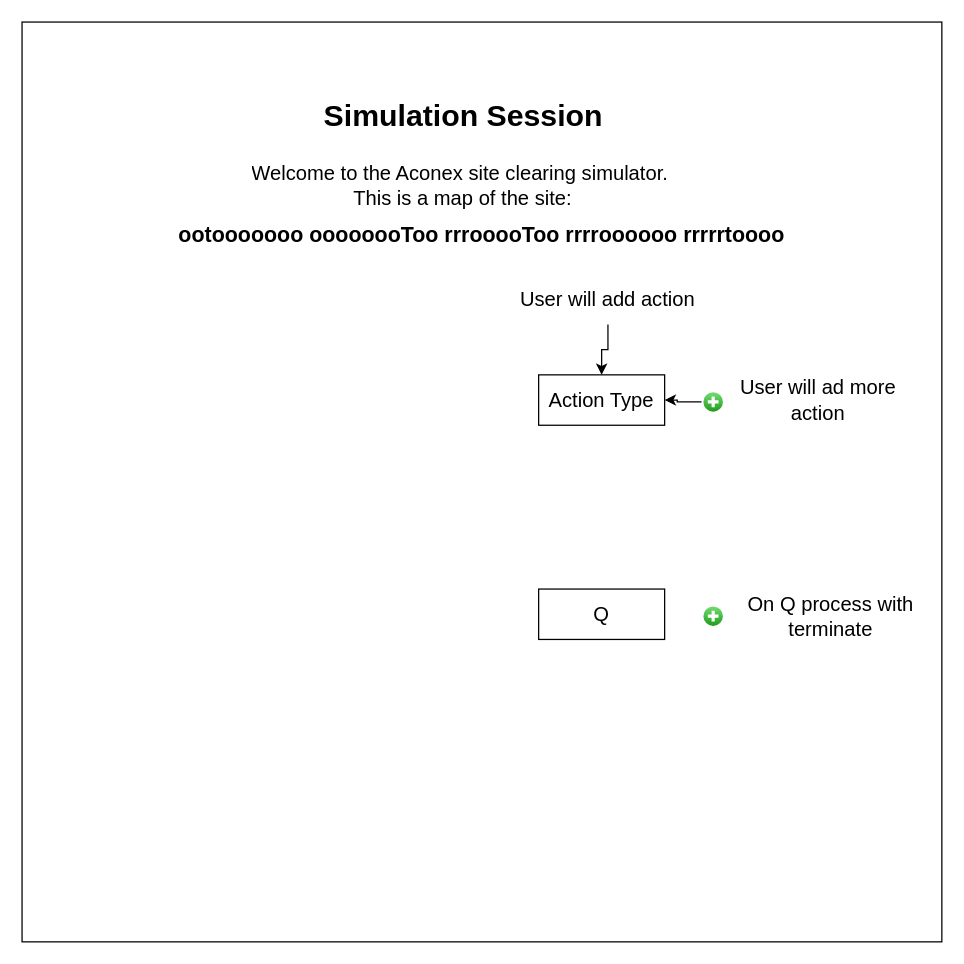
The draw.io diagram page "Main Page-after siteJSON upload" (2 of 2) of Task-1.drawio in amitjs2021/site-simulation, before the edit. Source tidied: cells renumbered, new cells numbered last; positions are measured from the earlier drawing's top-left corner, leaving out a move shared by most shapes. Both pictures are drawn from the tidied source at 126%, with x=0, y=0 at pixel (21, 21).
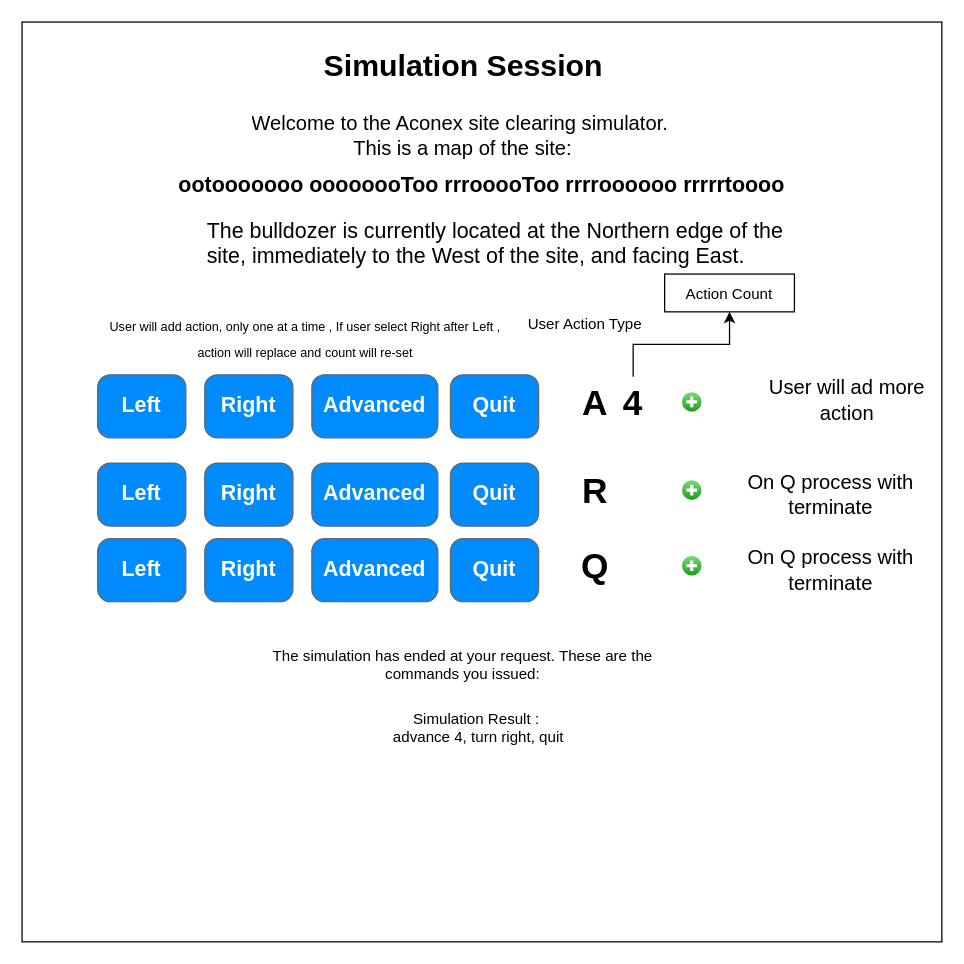
Above is the later version.

The edit, as a diff of the source:
```diff
@@
     <mxCell id="3" value="Simulation Session" style="text;strokeColor=none;fillColor=none;html=1;fontSize=24;fontStyle=1;verticalAlign=middle;align=center;" parent="1" vertex="1">
-      <mxGeometry x="190" y="60" width="320" height="30" as="geometry" />
+      <mxGeometry x="190" y="20" width="320" height="30" as="geometry" />
     </mxCell>
     <mxCell id="4" value="&lt;div style=&quot;font-size: 16px&quot;&gt;Welcome to the Aconex site clearing simulator.&amp;nbsp;&lt;/div&gt;&lt;div style=&quot;font-size: 16px&quot;&gt;This is a map&amp;nbsp;&lt;span&gt;of the site:&lt;/span&gt;&lt;/div&gt;" style="text;html=1;strokeColor=none;fillColor=none;align=center;verticalAlign=middle;whiteSpace=wrap;overflow=hidden;fontSize=16;" parent="1" vertex="1">
-      <mxGeometry x="50" y="100" width="600" height="60" as="geometry" />
+      <mxGeometry x="50" y="60" width="600" height="60" as="geometry" />
     </mxCell>
-    <mxCell id="5" value="Action Type" style="whiteSpace=wrap;html=1;align=center;fontSize=16;" parent="1" vertex="1">
-      <mxGeometry x="410" y="280" width="100" height="40" as="geometry" />
-    </mxCell>
-    <mxCell id="6" style="edgeStyle=orthogonalEdgeStyle;rounded=0;jettySize=auto;html=1;entryX=1;entryY=0.5;entryDx=0;entryDy=0;fontSize=16;" parent="1" edge="1" source="7" target="5">
-      <mxGeometry relative="1" as="geometry" />
-    </mxCell>
     <mxCell id="7" style="verticalLabelPosition=bottom;verticalAlign=top;html=1;shadow=0;dashed=0;strokeWidth=1;shape=mxgraph.ios.iAddIcon;fillColor=#7AdF78;fillColor2=#1A9917;strokeColor=#ffffff;fontSize=16;" parent="1" vertex="1">
-      <mxGeometry x="540" y="293" width="17" height="17" as="geometry" />
+      <mxGeometry x="523" y="293" width="17" height="17" as="geometry" />
     </mxCell>
-    <mxCell id="8" style="edgeStyle=orthogonalEdgeStyle;rounded=0;jettySize=auto;html=1;entryX=0.5;entryY=0;entryDx=0;entryDy=0;fontSize=16;" parent="1" edge="1" source="9" target="5">
-      <mxGeometry relative="1" as="geometry" />
-    </mxCell>
-    <mxCell id="9" value="User will add action" style="text;html=1;strokeColor=none;fillColor=none;align=center;verticalAlign=middle;whiteSpace=wrap;rounded=0;fontSize=16;" parent="1" vertex="1">
-      <mxGeometry x="390" y="200" width="150" height="40" as="geometry" />
+    <mxCell id="9" value="&lt;font style=&quot;font-size: 10px&quot;&gt;User will add action, only one at a time , If user select Right after Left , action will replace and count will re-set&lt;/font&gt;" style="text;html=1;strokeColor=none;fillColor=none;align=center;verticalAlign=middle;whiteSpace=wrap;rounded=0;fontSize=16;" parent="1" vertex="1">
+      <mxGeometry x="60" y="230" width="330" height="40" as="geometry" />
     </mxCell>
     <mxCell id="10" value="User will ad more action" style="text;html=1;strokeColor=none;fillColor=none;align=center;verticalAlign=middle;whiteSpace=wrap;rounded=0;fontSize=16;" parent="1" vertex="1">
-      <mxGeometry x="557" y="280" width="150" height="40" as="geometry" />
+      <mxGeometry x="580" y="280" width="150" height="40" as="geometry" />
     </mxCell>
-    <mxCell id="11" value="Q" style="whiteSpace=wrap;html=1;align=center;fontSize=16;" parent="1" vertex="1">
-      <mxGeometry x="410" y="450" width="100" height="40" as="geometry" />
-    </mxCell>
-    <mxCell id="12" style="verticalLabelPosition=bottom;verticalAlign=top;html=1;shadow=0;dashed=0;strokeWidth=1;shape=mxgraph.ios.iAddIcon;fillColor=#7AdF78;fillColor2=#1A9917;strokeColor=#ffffff;fontSize=16;" parent="1" vertex="1">
-      <mxGeometry x="540" y="463" width="17" height="17" as="geometry" />
-    </mxCell>
     <mxCell id="13" value="On Q process with terminate" style="text;html=1;strokeColor=none;fillColor=none;align=center;verticalAlign=middle;whiteSpace=wrap;rounded=0;fontSize=16;" parent="1" vertex="1">
-      <mxGeometry x="567" y="451.5" width="150" height="40" as="geometry" />
+      <mxGeometry x="567" y="355" width="150" height="40" as="geometry" />
     </mxCell>
     <mxCell id="14" value="ootooooooo oooooooToo rrrooooToo rrrroooooo rrrrrtoooo" style="text;html=1;strokeColor=none;fillColor=none;align=center;verticalAlign=middle;whiteSpace=wrap;rounded=0;fontSize=17;fontStyle=1;" parent="1" vertex="1">
-      <mxGeometry y="160" width="730" height="20" as="geometry" />
+      <mxGeometry y="120" width="730" height="20" as="geometry" />
     </mxCell>
+    <mxCell id="15" value="The bulldozer is currently located at the Northern edge of the&#10;site, immediately to the West of the site, and facing East." style="text;whiteSpace=wrap;html=1;fontSize=17;" parent="1" vertex="1">
+      <mxGeometry x="145" y="150" width="480" height="60" as="geometry" />
+    </mxCell>
+    <mxCell id="16" value="Left" style="strokeWidth=1;shadow=0;dashed=0;align=center;html=1;shape=mxgraph.mockup.buttons.button;strokeColor=#666666;fontColor=#ffffff;mainText=;buttonStyle=round;fontSize=17;fontStyle=1;fillColor=#008cff;whiteSpace=wrap;" parent="1" vertex="1">
+      <mxGeometry x="60" y="280" width="70" height="50" as="geometry" />
+    </mxCell>
+    <mxCell id="17" value="Right" style="strokeWidth=1;shadow=0;dashed=0;align=center;html=1;shape=mxgraph.mockup.buttons.button;strokeColor=#666666;fontColor=#ffffff;mainText=;buttonStyle=round;fontSize=17;fontStyle=1;fillColor=#008cff;whiteSpace=wrap;" parent="1" vertex="1">
+      <mxGeometry x="145" y="280" width="70" height="50" as="geometry" />
+    </mxCell>
+    <mxCell id="18" value="Advanced" style="strokeWidth=1;shadow=0;dashed=0;align=center;html=1;shape=mxgraph.mockup.buttons.button;strokeColor=#666666;fontColor=#ffffff;mainText=;buttonStyle=round;fontSize=17;fontStyle=1;fillColor=#008cff;whiteSpace=wrap;" parent="1" vertex="1">
+      <mxGeometry x="230" y="280" width="100" height="50" as="geometry" />
+    </mxCell>
+    <mxCell id="19" value="Quit" style="strokeWidth=1;shadow=0;dashed=0;align=center;html=1;shape=mxgraph.mockup.buttons.button;strokeColor=#666666;fontColor=#ffffff;mainText=;buttonStyle=round;fontSize=17;fontStyle=1;fillColor=#008cff;whiteSpace=wrap;" parent="1" vertex="1">
+      <mxGeometry x="340" y="280" width="70" height="50" as="geometry" />
+    </mxCell>
+    <mxCell id="20" value="&lt;b&gt;&lt;font style=&quot;font-size: 28px&quot;&gt;A&lt;/font&gt;&lt;/b&gt;" style="text;html=1;strokeColor=none;fillColor=none;align=center;verticalAlign=middle;whiteSpace=wrap;rounded=0;fontSize=16;" parent="1" vertex="1">
+      <mxGeometry x="430" y="281.5" width="50" height="40" as="geometry" />
+    </mxCell>
+    <mxCell id="21" style="edgeStyle=orthogonalEdgeStyle;rounded=0;jettySize=auto;html=1;fontSize=17;" parent="1" edge="1" source="22" target="23">
+      <mxGeometry relative="1" as="geometry" />
+    </mxCell>
+    <mxCell id="22" value="&lt;b&gt;&lt;font style=&quot;font-size: 28px&quot;&gt;4&lt;/font&gt;&lt;/b&gt;" style="text;html=1;strokeColor=none;fillColor=none;align=center;verticalAlign=middle;whiteSpace=wrap;rounded=0;fontSize=16;" parent="1" vertex="1">
+      <mxGeometry x="460" y="281.5" width="50" height="40" as="geometry" />
+    </mxCell>
+    <mxCell id="23" value="&lt;font style=&quot;font-size: 12px&quot;&gt;Action Count&lt;/font&gt;" style="whiteSpace=wrap;html=1;fontSize=17;" parent="1" vertex="1">
+      <mxGeometry x="510" y="200" width="103" height="30" as="geometry" />
+    </mxCell>
+    <mxCell id="24" value="User Action Type" style="text;html=1;strokeColor=none;fillColor=none;align=center;verticalAlign=middle;whiteSpace=wrap;rounded=0;fontSize=12;" parent="1" vertex="1">
+      <mxGeometry x="397" y="220" width="100" height="40" as="geometry" />
+    </mxCell>
+    <mxCell id="25" style="verticalLabelPosition=bottom;verticalAlign=top;html=1;shadow=0;dashed=0;strokeWidth=1;shape=mxgraph.ios.iAddIcon;fillColor=#7AdF78;fillColor2=#1A9917;strokeColor=#ffffff;fontSize=16;" parent="1" vertex="1">
+      <mxGeometry x="523" y="363" width="17" height="17" as="geometry" />
+    </mxCell>
+    <mxCell id="26" value="Left" style="strokeWidth=1;shadow=0;dashed=0;align=center;html=1;shape=mxgraph.mockup.buttons.button;strokeColor=#666666;fontColor=#ffffff;mainText=;buttonStyle=round;fontSize=17;fontStyle=1;fillColor=#008cff;whiteSpace=wrap;" parent="1" vertex="1">
+      <mxGeometry x="60" y="350" width="70" height="50" as="geometry" />
+    </mxCell>
+    <mxCell id="27" value="Right" style="strokeWidth=1;shadow=0;dashed=0;align=center;html=1;shape=mxgraph.mockup.buttons.button;strokeColor=#666666;fontColor=#ffffff;mainText=;buttonStyle=round;fontSize=17;fontStyle=1;fillColor=#008cff;whiteSpace=wrap;" parent="1" vertex="1">
+      <mxGeometry x="145" y="350" width="70" height="50" as="geometry" />
+    </mxCell>
+    <mxCell id="28" value="Advanced" style="strokeWidth=1;shadow=0;dashed=0;align=center;html=1;shape=mxgraph.mockup.buttons.button;strokeColor=#666666;fontColor=#ffffff;mainText=;buttonStyle=round;fontSize=17;fontStyle=1;fillColor=#008cff;whiteSpace=wrap;" parent="1" vertex="1">
+      <mxGeometry x="230" y="350" width="100" height="50" as="geometry" />
+    </mxCell>
+    <mxCell id="29" value="Quit" style="strokeWidth=1;shadow=0;dashed=0;align=center;html=1;shape=mxgraph.mockup.buttons.button;strokeColor=#666666;fontColor=#ffffff;mainText=;buttonStyle=round;fontSize=17;fontStyle=1;fillColor=#008cff;whiteSpace=wrap;" parent="1" vertex="1">
+      <mxGeometry x="340" y="350" width="70" height="50" as="geometry" />
+    </mxCell>
+    <mxCell id="30" value="&lt;b&gt;&lt;font style=&quot;font-size: 28px&quot;&gt;R&lt;/font&gt;&lt;/b&gt;" style="text;html=1;strokeColor=none;fillColor=none;align=center;verticalAlign=middle;whiteSpace=wrap;rounded=0;fontSize=16;" parent="1" vertex="1">
+      <mxGeometry x="430" y="351.5" width="50" height="40" as="geometry" />
+    </mxCell>
+    <mxCell id="31" value="The simulation has ended at your request. These are the&#10;commands you issued:" style="text;whiteSpace=wrap;html=1;fontSize=12;align=center;" parent="1" vertex="1">
+      <mxGeometry x="70" y="490" width="560" height="40" as="geometry" />
+    </mxCell>
+    <mxCell id="32" value="Simulation Result :&amp;nbsp;&lt;br&gt;&lt;div&gt;advance 4, turn right,&amp;nbsp;&lt;span&gt;quit&lt;/span&gt;&lt;/div&gt;" style="text;whiteSpace=wrap;html=1;fontSize=12;align=center;" parent="1" vertex="1">
+      <mxGeometry x="75" y="540" width="575" height="70" as="geometry" />
+    </mxCell>
+    <mxCell id="33" value="On Q process with terminate" style="text;html=1;strokeColor=none;fillColor=none;align=center;verticalAlign=middle;whiteSpace=wrap;rounded=0;fontSize=16;" parent="1" vertex="1">
+      <mxGeometry x="567" y="415" width="150" height="40" as="geometry" />
+    </mxCell>
+    <mxCell id="34" style="verticalLabelPosition=bottom;verticalAlign=top;html=1;shadow=0;dashed=0;strokeWidth=1;shape=mxgraph.ios.iAddIcon;fillColor=#7AdF78;fillColor2=#1A9917;strokeColor=#ffffff;fontSize=16;" parent="1" vertex="1">
+      <mxGeometry x="523" y="423" width="17" height="17" as="geometry" />
+    </mxCell>
+    <mxCell id="35" value="Left" style="strokeWidth=1;shadow=0;dashed=0;align=center;html=1;shape=mxgraph.mockup.buttons.button;strokeColor=#666666;fontColor=#ffffff;mainText=;buttonStyle=round;fontSize=17;fontStyle=1;fillColor=#008cff;whiteSpace=wrap;" parent="1" vertex="1">
+      <mxGeometry x="60" y="410" width="70" height="50" as="geometry" />
+    </mxCell>
+    <mxCell id="36" value="Right" style="strokeWidth=1;shadow=0;dashed=0;align=center;html=1;shape=mxgraph.mockup.buttons.button;strokeColor=#666666;fontColor=#ffffff;mainText=;buttonStyle=round;fontSize=17;fontStyle=1;fillColor=#008cff;whiteSpace=wrap;" parent="1" vertex="1">
+      <mxGeometry x="145" y="410" width="70" height="50" as="geometry" />
+    </mxCell>
+    <mxCell id="37" value="Advanced" style="strokeWidth=1;shadow=0;dashed=0;align=center;html=1;shape=mxgraph.mockup.buttons.button;strokeColor=#666666;fontColor=#ffffff;mainText=;buttonStyle=round;fontSize=17;fontStyle=1;fillColor=#008cff;whiteSpace=wrap;" parent="1" vertex="1">
+      <mxGeometry x="230" y="410" width="100" height="50" as="geometry" />
+    </mxCell>
+    <mxCell id="38" value="Quit" style="strokeWidth=1;shadow=0;dashed=0;align=center;html=1;shape=mxgraph.mockup.buttons.button;strokeColor=#666666;fontColor=#ffffff;mainText=;buttonStyle=round;fontSize=17;fontStyle=1;fillColor=#008cff;whiteSpace=wrap;" parent="1" vertex="1">
+      <mxGeometry x="340" y="410" width="70" height="50" as="geometry" />
+    </mxCell>
+    <mxCell id="11" value="&lt;b&gt;&lt;font style=&quot;font-size: 28px&quot;&gt;Q&lt;/font&gt;&lt;/b&gt;" style="text;html=1;strokeColor=none;fillColor=none;align=center;verticalAlign=middle;whiteSpace=wrap;rounded=0;fontSize=16;" parent="1" vertex="1">
+      <mxGeometry x="430" y="411.5" width="50" height="40" as="geometry" />
+    </mxCell>
```
